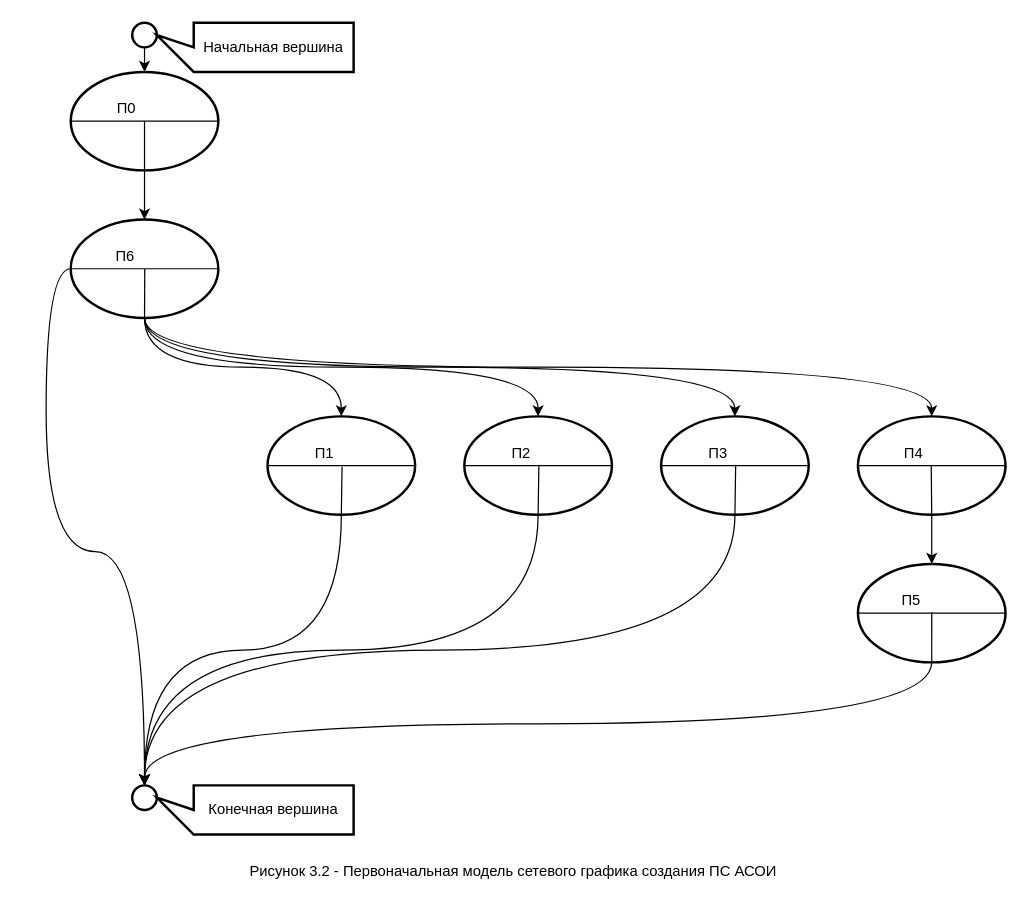
The draw.io diagram report/_docs/Рисунок3-2ПервоначальнаяМодельСетевогоГрафикаСозданияПСАСОИ.drawio in BrSTU-PO4-190333/6sem_YITPiIM, before the edit. Source tidied: cells renumbered, new cells numbered last; positions are measured from the earlier drawing's top-left corner, leaving out a move shared by most shapes. Both pictures are drawn from the tidied source at 123%, with x=0, y=0 at pixel (21, 22).
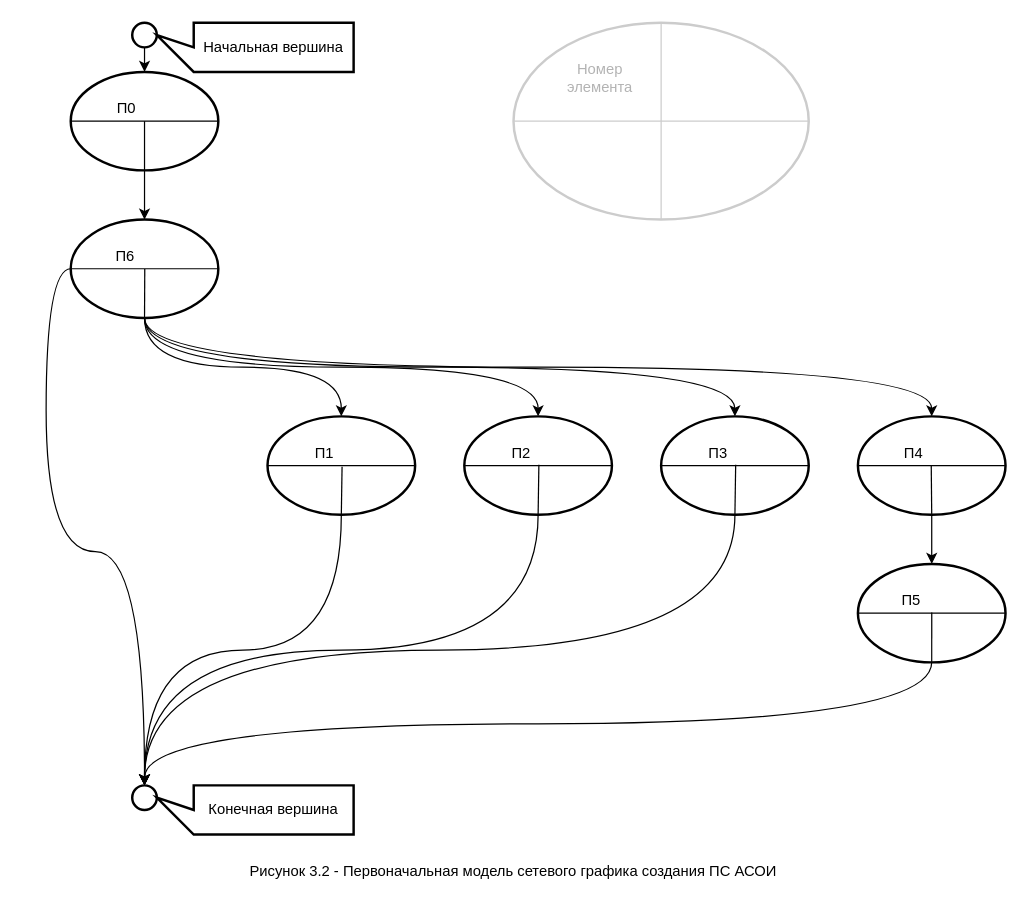
The same page after the edit.

Change to the diagram source:
```diff
@@
+    <mxCell id="47" style="ellipse;whiteSpace=wrap;html=1;strokeWidth=2;strokeColor=#CCCCCC;fontColor=#B3B3B3;" parent="1" vertex="1">
+      <mxGeometry x="400" width="240" height="160" as="geometry" />
+    </mxCell>
+    <mxCell id="48" style="edgeStyle=none;rounded=0;orthogonalLoop=1;jettySize=auto;html=1;exitX=0.5;exitY=0;exitDx=0;exitDy=0;entryX=0.5;entryY=1;entryDx=0;entryDy=0;endArrow=none;endFill=0;strokeColor=#CCCCCC;fontColor=#B3B3B3;" parent="1" edge="1" source="47" target="47">
+      <mxGeometry relative="1" as="geometry" />
+    </mxCell>
+    <mxCell id="49" style="rounded=0;orthogonalLoop=1;jettySize=auto;html=1;exitX=0;exitY=0.5;exitDx=0;exitDy=0;entryX=1;entryY=0.5;entryDx=0;entryDy=0;endArrow=none;endFill=0;strokeColor=#CCCCCC;fontColor=#B3B3B3;" parent="1" edge="1" source="47" target="47">
+      <mxGeometry relative="1" as="geometry" />
+    </mxCell>
+    <mxCell id="50" value="Номер&lt;br&gt;элемента" style="text;align=center;verticalAlign=middle;strokeColor=none;fillColor=none;fontColor=#B3B3B3;html=1;" parent="1" vertex="1">
+      <mxGeometry x="435" y="30" width="70" height="30" as="geometry" />
+    </mxCell>
```
